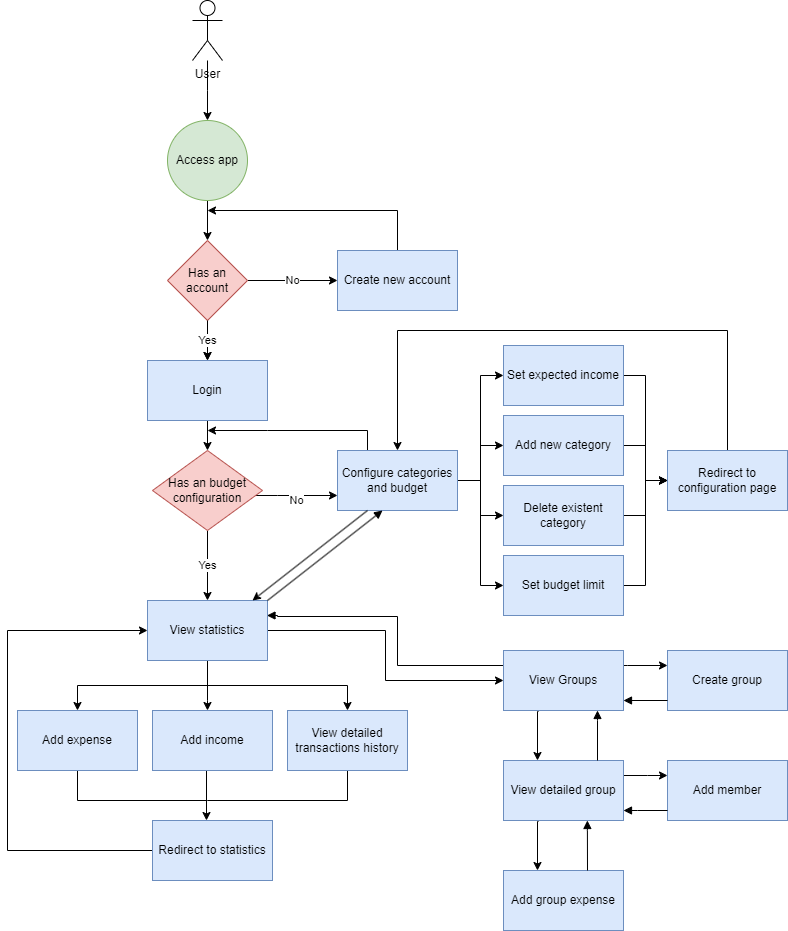
Earlier version of the draw.io export images/FlowChart.drawio.png (iuliali/budget-tracker). Source tidied: cells renumbered, new cells last; positions are measured from the earlier drawing's top-left corner, leaving out a move shared by most shapes.
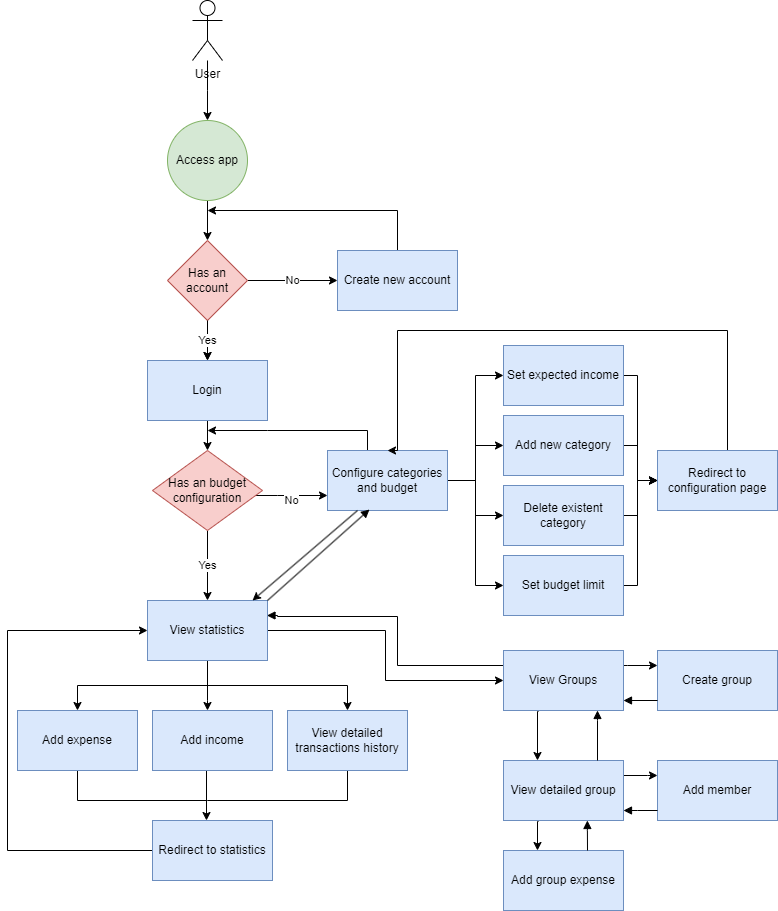
Above is the later version.

The edit, as a diff of the source:
```diff
@@ -99,7 +99,7 @@
       <mxGeometry relative="1" as="geometry" />
     </mxCell>
     <mxCell id="24" value="Configure categories and budget" style="rounded=0;whiteSpace=wrap;html=1;fillColor=#dae8fc;strokeColor=#6c8ebf;" parent="1" vertex="1">
-      <mxGeometry x="330" y="450" width="120" height="60" as="geometry" />
+      <mxGeometry x="320" y="450" width="120" height="60" as="geometry" />
     </mxCell>
     <mxCell id="25" style="edgeStyle=orthogonalEdgeStyle;rounded=0;jettySize=auto;html=1;endArrow=none;endFill=0;" parent="1" edge="1" source="26">
       <mxGeometry relative="1" as="geometry">
@@ -138,25 +138,45 @@
       <mxGeometry x="145" y="450" width="110" height="80" as="geometry" />
     </mxCell>
     <mxCell id="32" style="edgeStyle=orthogonalEdgeStyle;rounded=0;jettySize=auto;html=1;entryX=0;entryY=0.5;entryDx=0;entryDy=0;" parent="1" edge="1" source="33" target="43">
-      <mxGeometry relative="1" as="geometry" />
+      <mxGeometry relative="1" as="geometry">
+        <Array as="points">
+          <mxPoint x="630" y="445" />
+          <mxPoint x="630" y="480" />
+        </Array>
+      </mxGeometry>
     </mxCell>
     <mxCell id="33" value="Add new category" style="rounded=0;whiteSpace=wrap;html=1;fillColor=#dae8fc;strokeColor=#6c8ebf;" parent="1" vertex="1">
       <mxGeometry x="496" y="415" width="120" height="60" as="geometry" />
     </mxCell>
     <mxCell id="34" style="edgeStyle=orthogonalEdgeStyle;rounded=0;jettySize=auto;html=1;" parent="1" edge="1" source="35" target="43">
-      <mxGeometry relative="1" as="geometry" />
+      <mxGeometry relative="1" as="geometry">
+        <Array as="points">
+          <mxPoint x="630" y="515" />
+          <mxPoint x="630" y="480" />
+        </Array>
+      </mxGeometry>
     </mxCell>
     <mxCell id="35" value="Delete existent category" style="rounded=0;whiteSpace=wrap;html=1;fillColor=#dae8fc;strokeColor=#6c8ebf;" parent="1" vertex="1">
       <mxGeometry x="496" y="485" width="120" height="60" as="geometry" />
     </mxCell>
     <mxCell id="36" style="edgeStyle=orthogonalEdgeStyle;rounded=0;jettySize=auto;html=1;entryX=0;entryY=0.5;entryDx=0;entryDy=0;" parent="1" edge="1" source="37" target="43">
-      <mxGeometry relative="1" as="geometry" />
+      <mxGeometry relative="1" as="geometry">
+        <Array as="points">
+          <mxPoint x="630" y="375" />
+          <mxPoint x="630" y="480" />
+        </Array>
+      </mxGeometry>
     </mxCell>
     <mxCell id="37" value="Set expected income" style="rounded=0;whiteSpace=wrap;html=1;fillColor=#dae8fc;strokeColor=#6c8ebf;" parent="1" vertex="1">
       <mxGeometry x="496" y="345" width="120" height="60" as="geometry" />
     </mxCell>
     <mxCell id="38" style="edgeStyle=orthogonalEdgeStyle;rounded=0;jettySize=auto;html=1;entryX=0;entryY=0.5;entryDx=0;entryDy=0;" parent="1" edge="1" source="39" target="43">
-      <mxGeometry relative="1" as="geometry" />
+      <mxGeometry relative="1" as="geometry">
+        <Array as="points">
+          <mxPoint x="630" y="585" />
+          <mxPoint x="630" y="480" />
+        </Array>
+      </mxGeometry>
     </mxCell>
     <mxCell id="39" value="Set budget limit" style="rounded=0;whiteSpace=wrap;html=1;fillColor=#dae8fc;strokeColor=#6c8ebf;" parent="1" vertex="1">
       <mxGeometry x="496" y="555" width="120" height="60" as="geometry" />
@@ -181,7 +201,7 @@
       </mxGeometry>
     </mxCell>
     <mxCell id="43" value="Redirect to configuration page" style="rounded=0;whiteSpace=wrap;html=1;fillColor=#dae8fc;strokeColor=#6c8ebf;" parent="1" vertex="1">
-      <mxGeometry x="660" y="450" width="120" height="60" as="geometry" />
+      <mxGeometry x="650" y="450" width="120" height="60" as="geometry" />
     </mxCell>
     <mxCell id="44" style="endArrow=none;startArrow=classic;html=1;rounded=0;entryX=0.25;entryY=1;entryDx=0;entryDy=0;endFill=0;" parent="1" edge="1" target="24">
       <mxGeometry relative="1" as="geometry">
@@ -222,25 +242,25 @@
       <mxGeometry x="496" y="760" width="120" height="60" as="geometry" />
     </mxCell>
     <mxCell id="51" value="Create group" style="rounded=0;whiteSpace=wrap;html=1;fillColor=#dae8fc;strokeColor=#6c8ebf;" parent="1" vertex="1">
-      <mxGeometry x="660" y="650" width="120" height="60" as="geometry" />
+      <mxGeometry x="650" y="650" width="120" height="60" as="geometry" />
     </mxCell>
     <mxCell id="52" value="Add member" style="rounded=0;whiteSpace=wrap;html=1;fillColor=#dae8fc;strokeColor=#6c8ebf;" parent="1" vertex="1">
-      <mxGeometry x="660" y="760" width="120" height="60" as="geometry" />
+      <mxGeometry x="650" y="760" width="120" height="60" as="geometry" />
     </mxCell>
-    <mxCell id="53" style="edgeStyle=orthogonalEdgeStyle;rounded=0;orthogonalLoop=1;jettySize=auto;html=1;entryX=0;entryY=0.25;entryDx=0;entryDy=0;startArrow=block;startFill=1;endArrow=none;endFill=0;" parent="1" edge="1">
+    <mxCell id="53" style="edgeStyle=orthogonalEdgeStyle;rounded=0;orthogonalLoop=1;jettySize=auto;html=1;startArrow=block;startFill=1;endArrow=none;endFill=0;" parent="1" edge="1">
       <mxGeometry relative="1" as="geometry">
         <mxPoint x="616" y="700" as="sourcePoint" />
-        <mxPoint x="660" y="700" as="targetPoint" />
+        <mxPoint x="650" y="700" as="targetPoint" />
         <Array as="points">
           <mxPoint x="620" y="700" />
           <mxPoint x="620" y="700" />
         </Array>
       </mxGeometry>
     </mxCell>
-    <mxCell id="54" style="edgeStyle=orthogonalEdgeStyle;rounded=0;orthogonalLoop=1;jettySize=auto;html=1;entryX=0;entryY=0.25;entryDx=0;entryDy=0;exitX=1;exitY=0.25;exitDx=0;exitDy=0;startArrow=block;startFill=1;endArrow=none;endFill=0;" parent="1" edge="1">
+    <mxCell id="54" style="edgeStyle=orthogonalEdgeStyle;rounded=0;orthogonalLoop=1;jettySize=auto;html=1;exitX=1;exitY=0.25;exitDx=0;exitDy=0;startArrow=block;startFill=1;endArrow=none;endFill=0;" parent="1" edge="1">
       <mxGeometry relative="1" as="geometry">
         <mxPoint x="616" y="810" as="sourcePoint" />
-        <mxPoint x="660" y="810" as="targetPoint" />
+        <mxPoint x="650" y="810" as="targetPoint" />
         <Array as="points">
           <mxPoint x="630" y="810" />
           <mxPoint x="630" y="810" />
@@ -248,20 +268,20 @@
       </mxGeometry>
     </mxCell>
     <mxCell id="55" value="Add group expense" style="rounded=0;whiteSpace=wrap;html=1;fillColor=#dae8fc;strokeColor=#6c8ebf;" parent="1" vertex="1">
-      <mxGeometry x="496" y="870" width="120" height="60" as="geometry" />
+      <mxGeometry x="496" y="850" width="120" height="60" as="geometry" />
     </mxCell>
-    <mxCell id="56" style="edgeStyle=orthogonalEdgeStyle;rounded=0;orthogonalLoop=1;jettySize=auto;html=1;entryX=0.158;entryY=0;entryDx=0;entryDy=0;entryPerimeter=0;" parent="1" edge="1">
+    <mxCell id="56" style="edgeStyle=orthogonalEdgeStyle;rounded=0;orthogonalLoop=1;jettySize=auto;html=1;" parent="1" edge="1">
       <mxGeometry relative="1" as="geometry">
         <mxPoint x="531" y="821" as="sourcePoint" />
-        <mxPoint x="530" y="870" as="targetPoint" />
+        <mxPoint x="530" y="850" as="targetPoint" />
         <Array as="points">
           <mxPoint x="530" y="821" />
         </Array>
       </mxGeometry>
     </mxCell>
-    <mxCell id="57" style="edgeStyle=orthogonalEdgeStyle;rounded=0;jettySize=auto;html=1;entryX=0.158;entryY=0;entryDx=0;entryDy=0;entryPerimeter=0;startArrow=block;startFill=1;endArrow=none;endFill=0;exitX=0.699;exitY=1;exitDx=0;exitDy=0;exitPerimeter=0;" parent="1" edge="1" source="50">
+    <mxCell id="57" style="edgeStyle=orthogonalEdgeStyle;rounded=0;jettySize=auto;html=1;startArrow=block;startFill=1;endArrow=none;endFill=0;exitX=0.699;exitY=1;exitDx=0;exitDy=0;exitPerimeter=0;" parent="1" edge="1" source="50">
       <mxGeometry relative="1" as="geometry">
-        <mxPoint x="580" y="870" as="targetPoint" />
+        <mxPoint x="580" y="850" as="targetPoint" />
         <Array as="points">
           <mxPoint x="580" y="830" />
         </Array>
@@ -296,10 +316,9 @@
         </Array>
       </mxGeometry>
     </mxCell>
-    <mxCell id="61" style="endArrow=block;startArrow=none;html=1;rounded=0;entryX=0.25;entryY=1;entryDx=0;entryDy=0;endFill=1;startFill=0;" parent="1" edge="1">
+    <mxCell id="61" style="endArrow=block;startArrow=none;html=1;rounded=0;entryX=0.35;entryY=0.983;entryDx=0;entryDy=0;endFill=1;startFill=0;entryPerimeter=0;" parent="1" edge="1" target="24">
       <mxGeometry relative="1" as="geometry">
         <mxPoint x="260" y="600" as="sourcePoint" />
-        <mxPoint x="375" y="510" as="targetPoint" />
       </mxGeometry>
     </mxCell>
   </root>
```
